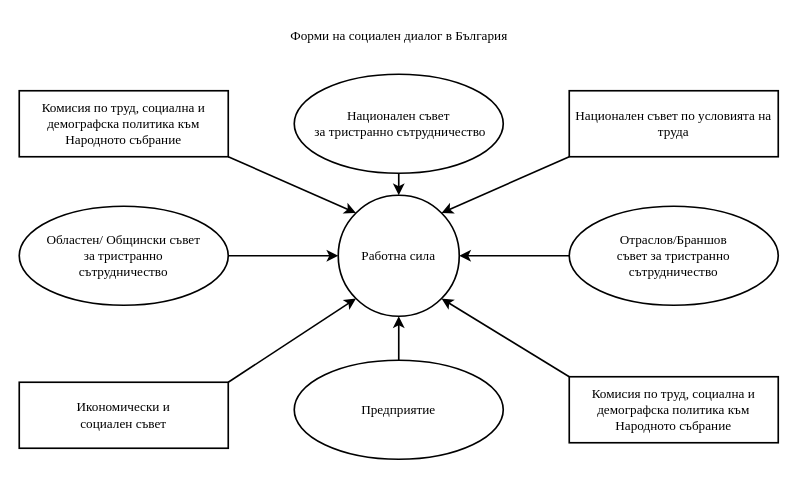
The draw.io diagram page "Фигура 2" (2 of 3) of Untitled Diagram.drawio in entirebg/webserver, before the edit. Source tidied: cells renumbered, new cells numbered last; positions are measured from the earlier drawing's top-left corner, leaving out a move shared by most shapes. Both pictures are drawn from the tidied source at 110%, with x=0, y=0 at pixel (19, 19).
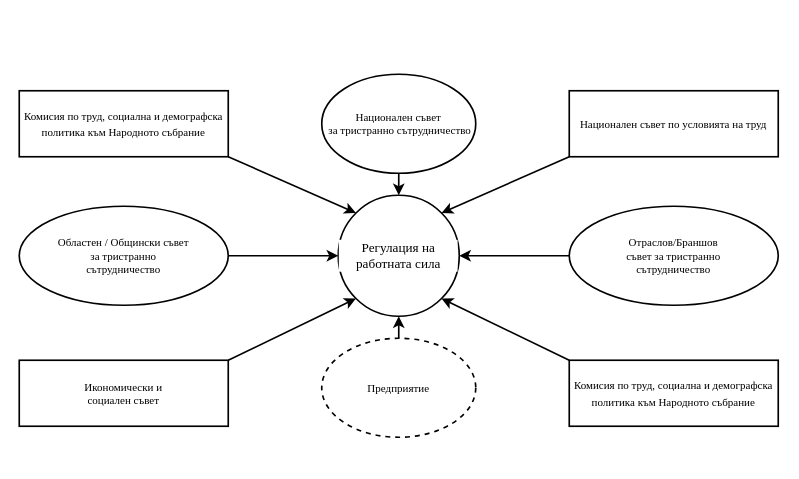
After the change.

Change to the diagram source:
```diff
@@
-    <mxCell id="2" value="&lt;div&gt;&lt;font face=&quot;Times New Roman&quot;&gt;Форми на социален диалог в България&lt;/font&gt;&lt;br&gt;&lt;/div&gt;" style="text;html=1;align=center;verticalAlign=middle;strokeColor=none;fillColor=none;" parent="1" vertex="1">
-      <mxGeometry x="235" width="220" height="30" as="geometry" />
-    </mxCell>
-    <mxCell id="3" value="&lt;font face=&quot;Times New Roman&quot;&gt;Комисия по труд, социална и демографска политика към Народното събрание&lt;br&gt;&lt;/font&gt;" style="rounded=0;whiteSpace=wrap;html=1;strokeWidth=1.5;" parent="1" vertex="1">
+    <mxCell id="3" value="&lt;font style=&quot;font-size: 10px;&quot; face=&quot;Times New Roman&quot;&gt;&lt;font style=&quot;font-size: 10px;&quot;&gt;Комисия по труд, социална и демографска политика към Народното събрание&lt;/font&gt;&lt;br&gt;&lt;/font&gt;" style="rounded=0;whiteSpace=wrap;html=1;strokeWidth=1.5;" parent="1" vertex="1">
       <mxGeometry y="65" width="190" height="60" as="geometry" />
     </mxCell>
-    <mxCell id="4" value="&lt;p&gt;&lt;font face=&quot;Times New Roman&quot;&gt;Национален съвет по условията на труда &lt;/font&gt;&lt;/p&gt;" style="html=1;rounded=0;strokeWidth=1.5;spacing=3;spacingLeft=0;whiteSpace=wrap;" parent="1" vertex="1">
+    <mxCell id="4" value="&lt;p style=&quot;font-size: 10px;&quot;&gt;&lt;font style=&quot;font-size: 10px;&quot; face=&quot;Times New Roman&quot;&gt;Национален съвет по условията на труд &lt;/font&gt;&lt;/p&gt;" style="html=1;rounded=0;strokeWidth=1.5;spacing=3;spacingLeft=0;whiteSpace=wrap;" parent="1" vertex="1">
       <mxGeometry x="500" y="65" width="190" height="60" as="geometry" />
     </mxCell>
-    <mxCell id="5" value="Работна сила" style="ellipse;whiteSpace=wrap;html=1;labelBackgroundColor=#ffffff;strokeWidth=1.5;fontFamily=Times New Roman;" parent="1" vertex="1">
+    <mxCell id="5" value="Регулация на работната сила" style="ellipse;whiteSpace=wrap;html=1;labelBackgroundColor=#ffffff;strokeWidth=1.5;fontFamily=Times New Roman;" parent="1" vertex="1">
       <mxGeometry x="290" y="160" width="110" height="110" as="geometry" />
     </mxCell>
-    <mxCell id="6" value="&lt;div&gt;Национален съвет&lt;/div&gt;&lt;div&gt;&amp;nbsp;за тристранно сътрудничество&lt;/div&gt;" style="ellipse;whiteSpace=wrap;html=1;labelBackgroundColor=#ffffff;strokeWidth=1.5;fontFamily=Times New Roman;" parent="1" vertex="1">
-      <mxGeometry x="250" y="50" width="190" height="90" as="geometry" />
+    <mxCell id="6" value="&lt;div style=&quot;font-size: 10px;&quot;&gt;&lt;font style=&quot;font-size: 10px;&quot;&gt;Национален съвет&lt;/font&gt;&lt;/div&gt;&lt;div style=&quot;font-size: 10px;&quot;&gt;&lt;font style=&quot;font-size: 10px;&quot;&gt;&amp;nbsp;за тристранно сътрудничество&lt;/font&gt;&lt;/div&gt;" style="ellipse;whiteSpace=wrap;html=1;labelBackgroundColor=#ffffff;strokeWidth=1.5;fontFamily=Times New Roman;" parent="1" vertex="1">
+      <mxGeometry x="275" y="50" width="140" height="90" as="geometry" />
     </mxCell>
-    <mxCell id="7" value="&lt;div&gt;Областен/ Общински съвет &lt;br&gt;&lt;/div&gt;&lt;div&gt;за тристранно&lt;/div&gt;&lt;div&gt;сътрудничество&lt;br&gt;&lt;/div&gt;" style="ellipse;whiteSpace=wrap;html=1;labelBackgroundColor=#ffffff;strokeWidth=1.5;fontFamily=Times New Roman;" parent="1" vertex="1">
+    <mxCell id="7" value="&lt;div style=&quot;font-size: 10px;&quot;&gt;&lt;font style=&quot;font-size: 10px;&quot;&gt;Областен / Общински съвет &lt;br&gt;&lt;/font&gt;&lt;/div&gt;&lt;div style=&quot;font-size: 10px;&quot;&gt;&lt;font style=&quot;font-size: 10px;&quot;&gt;за тристранно&lt;/font&gt;&lt;/div&gt;&lt;div style=&quot;font-size: 10px;&quot;&gt;&lt;font style=&quot;font-size: 10px;&quot;&gt;сътрудничество&lt;br&gt;&lt;/font&gt;&lt;/div&gt;" style="ellipse;whiteSpace=wrap;html=1;labelBackgroundColor=#ffffff;strokeWidth=1.5;fontFamily=Times New Roman;" parent="1" vertex="1">
       <mxGeometry y="170" width="190" height="90" as="geometry" />
     </mxCell>
-    <mxCell id="8" value="&lt;div&gt;Отраслов/Браншов&lt;/div&gt;&lt;div&gt;съвет за тристранно&lt;/div&gt;&lt;div&gt;сътрудничество&lt;br&gt;&lt;/div&gt;" style="ellipse;whiteSpace=wrap;html=1;labelBackgroundColor=#ffffff;strokeWidth=1.5;fontFamily=Times New Roman;" parent="1" vertex="1">
+    <mxCell id="8" value="&lt;div style=&quot;font-size: 10px;&quot;&gt;&lt;font style=&quot;font-size: 10px;&quot;&gt;Отраслов/Браншов&lt;/font&gt;&lt;/div&gt;&lt;div style=&quot;font-size: 10px;&quot;&gt;&lt;font style=&quot;font-size: 10px;&quot;&gt;съвет за тристранно&lt;/font&gt;&lt;/div&gt;&lt;div style=&quot;font-size: 10px;&quot;&gt;&lt;font style=&quot;font-size: 10px;&quot;&gt;сътрудничество&lt;/font&gt;&lt;br&gt;&lt;/div&gt;" style="ellipse;whiteSpace=wrap;html=1;labelBackgroundColor=#ffffff;strokeWidth=1.5;fontFamily=Times New Roman;" parent="1" vertex="1">
       <mxGeometry x="500" y="170" width="190" height="90" as="geometry" />
     </mxCell>
-    <mxCell id="9" value="&lt;div&gt;&lt;font face=&quot;Times New Roman&quot;&gt;Икономически и &lt;br&gt;&lt;/font&gt;&lt;/div&gt;&lt;div&gt;&lt;font face=&quot;Times New Roman&quot;&gt;социален съвет&lt;br&gt;&lt;/font&gt;&lt;/div&gt;" style="rounded=0;whiteSpace=wrap;html=1;strokeWidth=1.5;" parent="1" vertex="1">
-      <mxGeometry y="330" width="190" height="60" as="geometry" />
+    <mxCell id="9" value="&lt;div style=&quot;font-size: 10px;&quot;&gt;&lt;font style=&quot;font-size: 10px;&quot; face=&quot;Times New Roman&quot;&gt;Икономически и &lt;br&gt;&lt;/font&gt;&lt;/div&gt;&lt;div style=&quot;font-size: 10px;&quot;&gt;&lt;font style=&quot;font-size: 10px;&quot; face=&quot;Times New Roman&quot;&gt;&lt;font style=&quot;font-size: 10px;&quot;&gt;социален съвет&lt;/font&gt;&lt;br&gt;&lt;/font&gt;&lt;/div&gt;" style="rounded=0;whiteSpace=wrap;html=1;strokeWidth=1.5;" parent="1" vertex="1">
+      <mxGeometry y="310" width="190" height="60" as="geometry" />
     </mxCell>
-    <mxCell id="10" value="&lt;font face=&quot;Times New Roman&quot;&gt;Комисия по труд, социална и демографска политика към Народното събрание&lt;br&gt;&lt;/font&gt;" style="rounded=0;whiteSpace=wrap;html=1;strokeWidth=1.5;" parent="1" vertex="1">
-      <mxGeometry x="500" y="325" width="190" height="60" as="geometry" />
+    <mxCell id="10" value="&lt;font style=&quot;font-size: 10px;&quot; face=&quot;Times New Roman&quot;&gt;&lt;font style=&quot;font-size: 10px;&quot;&gt;Комисия по труд, социална и демографска политика към Народното събрание&lt;/font&gt;&lt;br&gt;&lt;/font&gt;" style="rounded=0;whiteSpace=wrap;html=1;strokeWidth=1.5;" parent="1" vertex="1">
+      <mxGeometry x="500" y="310" width="190" height="60" as="geometry" />
     </mxCell>
-    <mxCell id="11" value="Предприятие" style="ellipse;whiteSpace=wrap;html=1;labelBackgroundColor=#ffffff;strokeWidth=1.5;fontFamily=Times New Roman;" parent="1" vertex="1">
-      <mxGeometry x="250" y="310" width="190" height="90" as="geometry" />
-    </mxCell>
@@
+    <mxCell id="11" value="&lt;font style=&quot;font-size: 10px;&quot;&gt;Предприятие&lt;/font&gt;" style="ellipse;whiteSpace=wrap;html=1;labelBackgroundColor=#ffffff;strokeWidth=1.5;fontFamily=Times New Roman;dashed=1;" parent="1" vertex="1">
+      <mxGeometry x="275" y="290" width="140" height="90" as="geometry" />
+    </mxCell>
```
